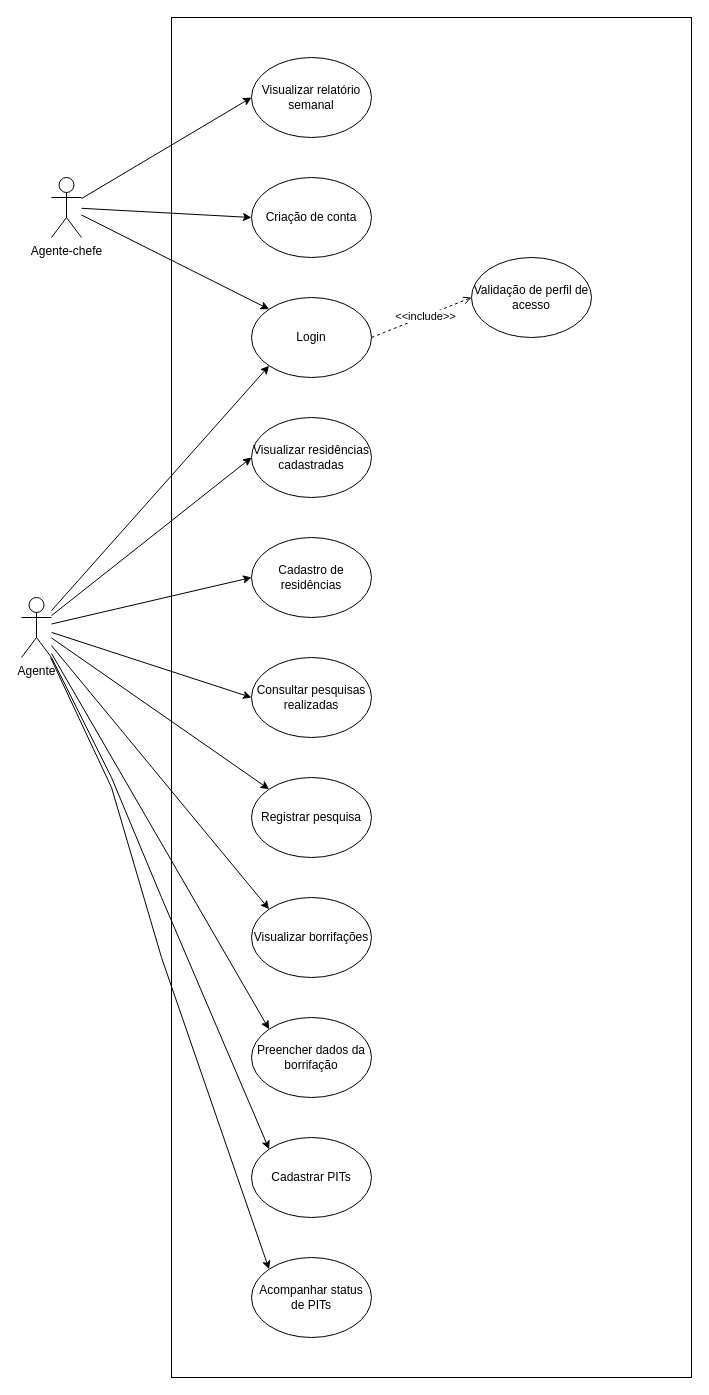
The draw.io diagram Diagrama de casos de uso.drawio in Fconeto/P.I-3, before the edit. Source tidied: cells renumbered, new cells numbered last; positions are measured from the earlier drawing's top-left corner, leaving out a move shared by most shapes. Both pictures are drawn from the tidied source at 100%, with x=0, y=0 at pixel (21, 17).
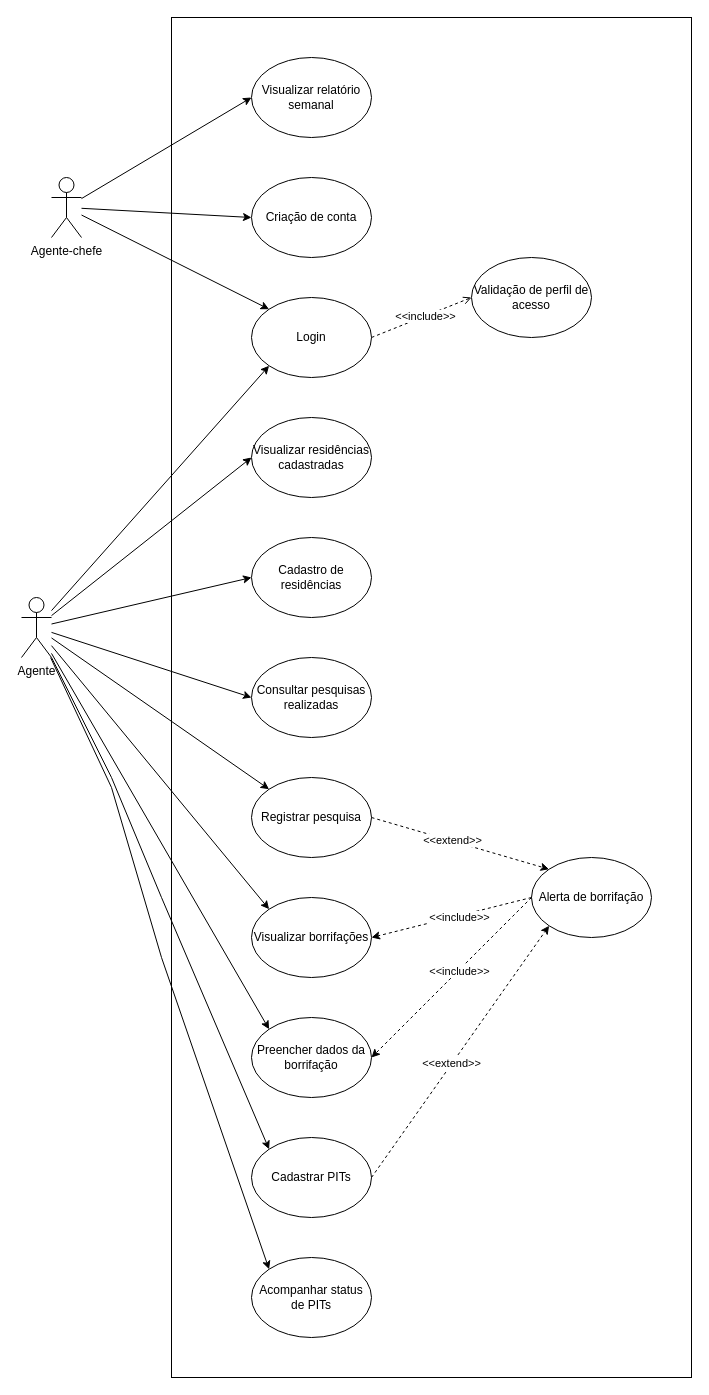
Above is the later version.

The change refers to these unchanged cells:
```xml
<mxCell id="11" value="Registrar pesquisa" style="ellipse;whiteSpace=wrap;html=1;" parent="1" vertex="1">
  <mxGeometry x="230" y="760" width="120" height="80" as="geometry" />
</mxCell>
<mxCell id="12" value="Visualizar borrifações" style="ellipse;whiteSpace=wrap;html=1;" parent="1" vertex="1">
  <mxGeometry x="230" y="880" width="120" height="80" as="geometry" />
</mxCell>
<mxCell id="13" value="Preencher dados da borrifação" style="ellipse;whiteSpace=wrap;html=1;" parent="1" vertex="1">
  <mxGeometry x="230" y="1000" width="120" height="80" as="geometry" />
</mxCell>
<mxCell id="14" value="Cadastrar PITs" style="ellipse;whiteSpace=wrap;html=1;" parent="1" vertex="1">
  <mxGeometry x="230" y="1120" width="120" height="80" as="geometry" />
</mxCell>
```

Change to the diagram source:
```diff
@@
+    <mxCell id="31" value="Alerta de borrifação" style="ellipse;whiteSpace=wrap;html=1;" parent="1" vertex="1">
+      <mxGeometry x="510" y="840" width="120" height="80" as="geometry" />
+    </mxCell>
+    <mxCell id="32" style="endArrow=classic;html=1;rounded=0;entryX=0;entryY=0;entryDx=0;entryDy=0;exitX=1;exitY=0.5;exitDx=0;exitDy=0;dashed=1;" parent="1" edge="1" source="11" target="31">
+      <mxGeometry relative="1" as="geometry" />
+    </mxCell>
+    <mxCell id="33" value="&amp;lt;&amp;lt;extend&amp;gt;&amp;gt;" style="edgeLabel;html=1;align=center;verticalAlign=middle;" parent="32" vertex="1">
+      <mxGeometry x="-0.09" y="1" relative="1" as="geometry" />
+    </mxCell>
+    <mxCell id="34" style="endArrow=classic;html=1;rounded=0;entryX=1;entryY=0.5;entryDx=0;entryDy=0;exitX=0;exitY=0.5;exitDx=0;exitDy=0;dashed=1;" parent="1" edge="1" source="31" target="12">
+      <mxGeometry relative="1" as="geometry" />
+    </mxCell>
+    <mxCell id="35" value="&amp;lt;&amp;lt;include&amp;gt;&amp;gt;" style="edgeLabel;html=1;align=center;verticalAlign=middle;" parent="34" vertex="1">
+      <mxGeometry x="-0.09" y="1" relative="1" as="geometry" />
+    </mxCell>
+    <mxCell id="36" style="endArrow=classic;html=1;rounded=0;entryX=1;entryY=0.5;entryDx=0;entryDy=0;exitX=0;exitY=0.5;exitDx=0;exitDy=0;dashed=1;" parent="1" edge="1" source="31" target="13">
+      <mxGeometry relative="1" as="geometry" />
+    </mxCell>
+    <mxCell id="37" value="&amp;lt;&amp;lt;include&amp;gt;&amp;gt;" style="edgeLabel;html=1;align=center;verticalAlign=middle;" parent="36" vertex="1">
+      <mxGeometry x="-0.09" y="1" relative="1" as="geometry" />
+    </mxCell>
+    <mxCell id="38" style="endArrow=classic;html=1;rounded=0;entryX=0;entryY=1;entryDx=0;entryDy=0;exitX=1;exitY=0.5;exitDx=0;exitDy=0;dashed=1;" parent="1" edge="1" source="14" target="31">
+      <mxGeometry relative="1" as="geometry" />
+    </mxCell>
+    <mxCell id="39" value="&amp;lt;&amp;lt;extend&amp;gt;&amp;gt;" style="edgeLabel;html=1;align=center;verticalAlign=middle;" parent="38" vertex="1">
+      <mxGeometry x="-0.09" y="1" relative="1" as="geometry" />
+    </mxCell>
```
